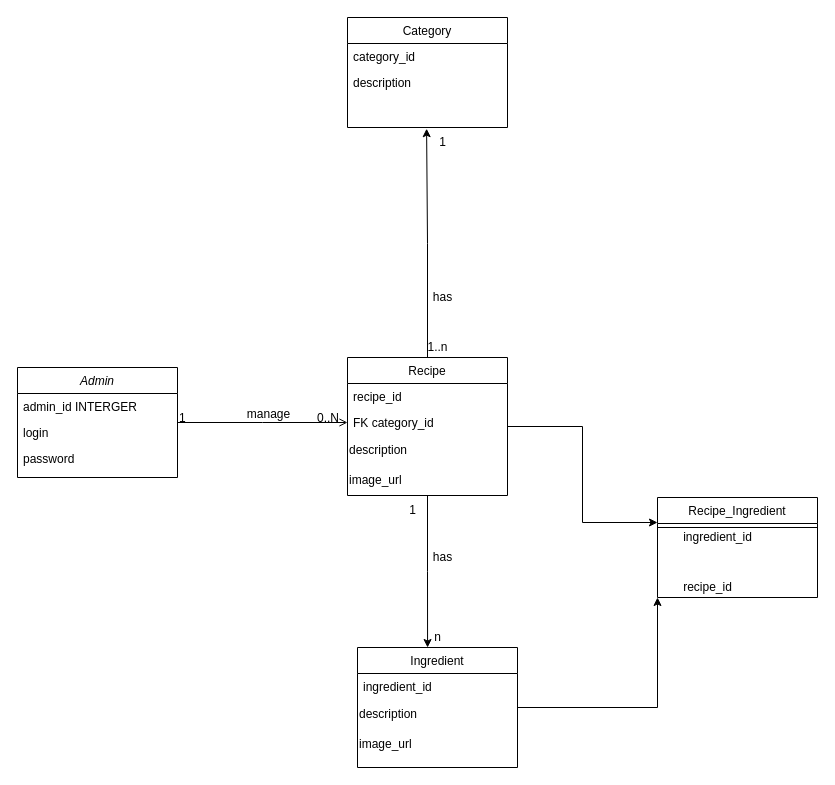
Above: Diagramme sans nom.drawio in Potoff/usetools (draw.io), before the change. Source tidied: cells renumbered, new cells numbered last; positions are measured from the earlier drawing's top-left corner, leaving out a move shared by most shapes. Both pictures are drawn from the tidied source at 100%, with x=0, y=0 at pixel (17, 17).
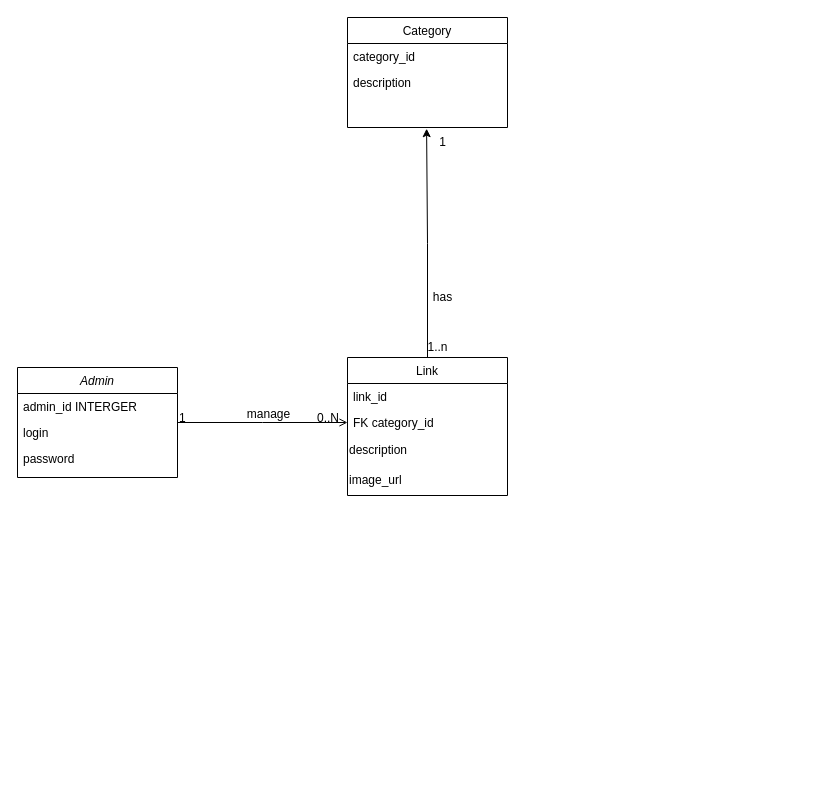
The same page after the edit.

The edit, as a diff of the source:
```diff
@@
-    <mxCell id="6" style="edgeStyle=orthogonalEdgeStyle;rounded=0;jettySize=auto;html=1;entryX=0.438;entryY=0;entryDx=0;entryDy=0;entryPerimeter=0;" parent="1" edge="1" source="9" target="19">
-      <mxGeometry relative="1" as="geometry" />
-    </mxCell>
-    <mxCell id="7" style="edgeStyle=orthogonalEdgeStyle;rounded=0;jettySize=auto;html=1;entryX=0;entryY=0.25;entryDx=0;entryDy=0;" parent="1" edge="1" source="9" target="26">
-      <mxGeometry relative="1" as="geometry" />
-    </mxCell>
@@
-    <mxCell id="9" value="Recipe" style="swimlane;fontStyle=0;align=center;verticalAlign=top;horizontal=1;startSize=26;rounded=0;shadow=0;strokeWidth=1;" parent="1" vertex="1">
+    <mxCell id="9" value="Link" style="swimlane;fontStyle=0;align=center;verticalAlign=top;horizontal=1;startSize=26;rounded=0;shadow=0;strokeWidth=1;" parent="1" vertex="1">
       <mxGeometry x="330" y="340" width="160" height="138" as="geometry" />
     </mxCell>
-    <mxCell id="10" value="recipe_id" style="text;align=left;verticalAlign=top;spacingLeft=4;spacingRight=4;overflow=hidden;" parent="9" vertex="1">
+    <mxCell id="10" value="link_id" style="text;align=left;verticalAlign=top;spacingLeft=4;spacingRight=4;overflow=hidden;" parent="9" vertex="1">
       <mxGeometry y="26" width="160" height="26" as="geometry" />
     </mxCell>
@@
-    <mxCell id="18" style="edgeStyle=orthogonalEdgeStyle;rounded=0;jettySize=auto;html=1;entryX=0;entryY=1;entryDx=0;entryDy=0;" parent="1" edge="1" source="19" target="26">
-      <mxGeometry relative="1" as="geometry" />
-    </mxCell>
-    <mxCell id="19" value="Ingredient" style="swimlane;fontStyle=0;align=center;verticalAlign=top;horizontal=1;startSize=26;rounded=0;shadow=0;strokeWidth=1;" parent="1" vertex="1">
-      <mxGeometry x="340" y="630" width="160" height="120" as="geometry" />
-    </mxCell>
-    <mxCell id="20" value="ingredient_id" style="text;align=left;verticalAlign=top;spacingLeft=4;spacingRight=4;overflow=hidden;" parent="19" vertex="1">
-      <mxGeometry y="26" width="160" height="26" as="geometry" />
-    </mxCell>
-    <mxCell id="21" value="description" style="text;html=1;align=left;verticalAlign=middle;strokeColor=none;fillColor=none;" parent="19" vertex="1">
-      <mxGeometry y="52" width="160" height="30" as="geometry" />
-    </mxCell>
-    <mxCell id="22" value="image_url" style="text;html=1;align=left;verticalAlign=middle;strokeColor=none;fillColor=none;" parent="19" vertex="1">
-      <mxGeometry y="82" width="160" height="30" as="geometry" />
-    </mxCell>
-    <mxCell id="23" value="has" style="text;html=1;align=center;verticalAlign=middle;strokeColor=none;fillColor=none;" parent="1" vertex="1">
-      <mxGeometry x="405" y="525" width="40" height="30" as="geometry" />
-    </mxCell>
-    <mxCell id="24" value="n" style="text;html=1;align=center;verticalAlign=middle;strokeColor=none;fillColor=none;" parent="1" vertex="1">
-      <mxGeometry x="405" y="605" width="30" height="30" as="geometry" />
-    </mxCell>
-    <mxCell id="25" value="1" style="text;html=1;align=center;verticalAlign=middle;strokeColor=none;fillColor=none;" parent="1" vertex="1">
-      <mxGeometry x="380" y="478" width="30" height="30" as="geometry" />
-    </mxCell>
-    <mxCell id="26" value="Recipe_Ingredient" style="swimlane;fontStyle=0;align=center;verticalAlign=top;horizontal=1;startSize=26;rounded=0;shadow=0;strokeWidth=1;" parent="1" vertex="1">
-      <mxGeometry x="640" y="480" width="160" height="100" as="geometry" />
-    </mxCell>
-    <mxCell id="27" style="line;html=1;strokeWidth=1;align=left;verticalAlign=middle;spacingTop=-1;spacingLeft=3;spacingRight=3;labelPosition=right;" parent="26" vertex="1">
-      <mxGeometry y="26" width="160" height="8" as="geometry" />
-    </mxCell>
@@
-    <mxCell id="34" value="ingredient_id" style="text;html=1;align=center;verticalAlign=middle;strokeColor=none;fillColor=none;" parent="1" vertex="1">
-      <mxGeometry x="650" y="505" width="100" height="30" as="geometry" />
-    </mxCell>
-    <mxCell id="35" value="recipe_id" style="text;html=1;align=center;verticalAlign=middle;strokeColor=none;fillColor=none;" parent="1" vertex="1">
-      <mxGeometry x="655" y="555" width="70" height="30" as="geometry" />
-    </mxCell>
```
